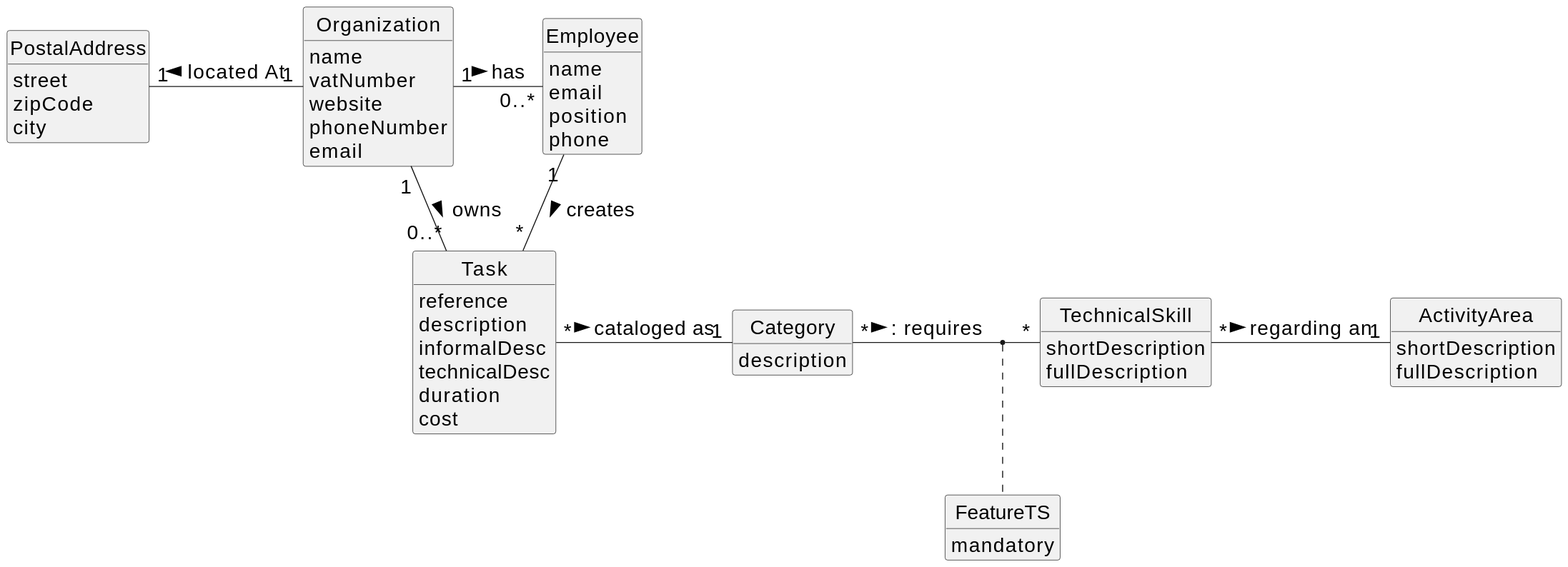
Before: docs/global-artifacts/02.analysis/svg/project-domain-model.svg, a diagram exported from PlantUML (RodrigoSousa497/HabitTracker).
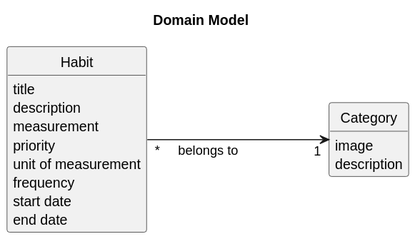
After the commit.

Change to the diagram source:
```diff
@@ -1,69 +1,32 @@
 @startuml
-skinparamlocked defaultFontSize 20
 skinparam monochrome true
 skinparam packageStyle rectangle
 skinparam shadowing false
+skinparam linetype ortho
+left to right direction
 skinparam classAttributeIconSize 0
 hide circle
 hide methods
 
+title Domain Model
 
 
-class Organization {
-    name
-    vatNumber
-    website
-    phoneNumber
-    email
-}
-
-class Task {
-    reference
+class Habit {
+    title
     description
-    informalDesc
-    technicalDesc
-    duration
-    cost
+    measurement
+    priority
+    unit of measurement
+    frequency
+    start date
+    end date
 }
 
 class Category {
+    image
     description
 }
 
-class Employee {
-    name
-    email
-    position
-    phone
-}
 
-class TechnicalSkill{
-    shortDescription
-    fullDescription
-}
-
-class ActivityArea{
-    shortDescription
-    fullDescription
-}
-
-class FeatureTS{
-    mandatory
-}
-
-class PostalAddress{
-    street
-    zipCode
-    city
-}
-Organization "1" - "0..*" Employee : has >
-Organization "1" - "0..*" Task: owns >
-Employee "1" -- "*" Task : creates >
-Task "*" - "1" Category: cataloged as >
-TechnicalSkill "*" - "1" ActivityArea: regarding an >
-
-Category "*" - "*" TechnicalSkill :  : requires >
-(Category, TechnicalSkill) . FeatureTS
-
-Organization "1" -left "1" PostalAddress : located At >
+Habit"*" ----> "1"Category: belongs to
 @enduml
```
